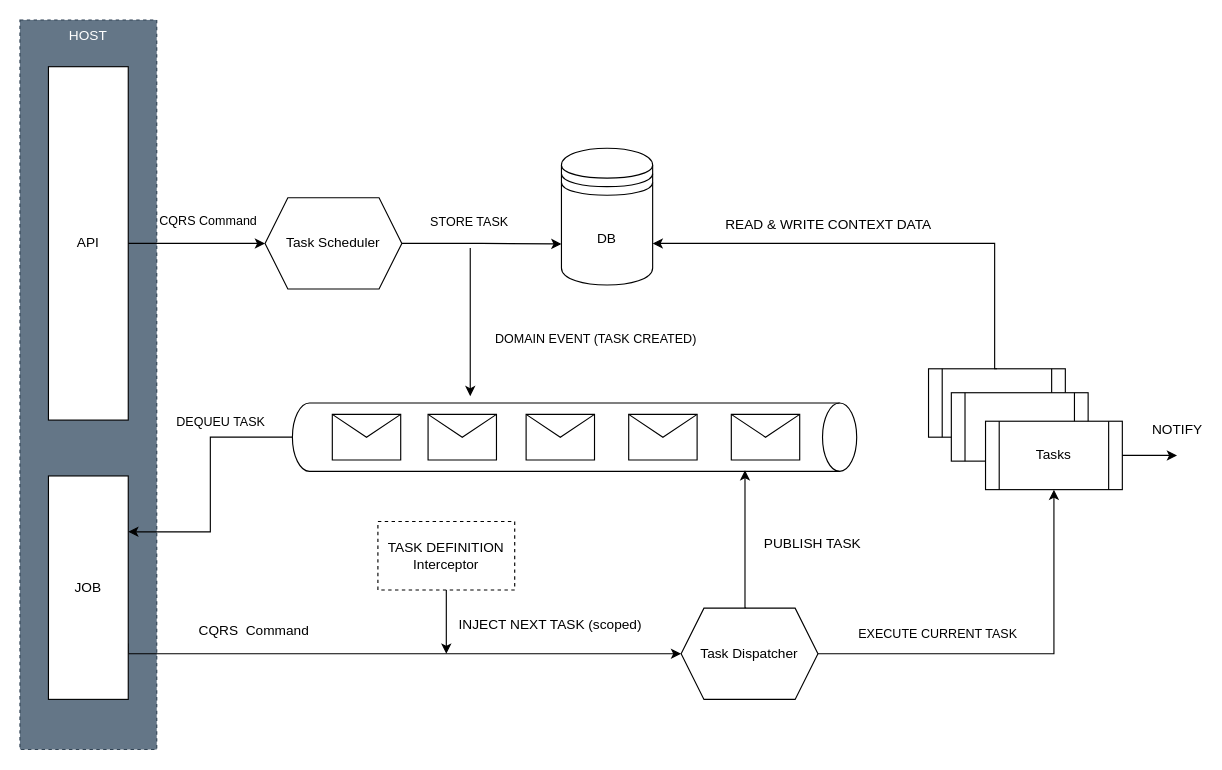
The draw.io diagram page "Arch overview" (1 of 2) of resources/TaskProcessor.drawio in Leitee/task-processor, before the edit. Source tidied: cells renumbered, new cells numbered last; positions are measured from the earlier drawing's top-left corner, leaving out a move shared by most shapes. Both pictures are drawn from the tidied source at 114%, with x=0, y=0 at pixel (19, 19).
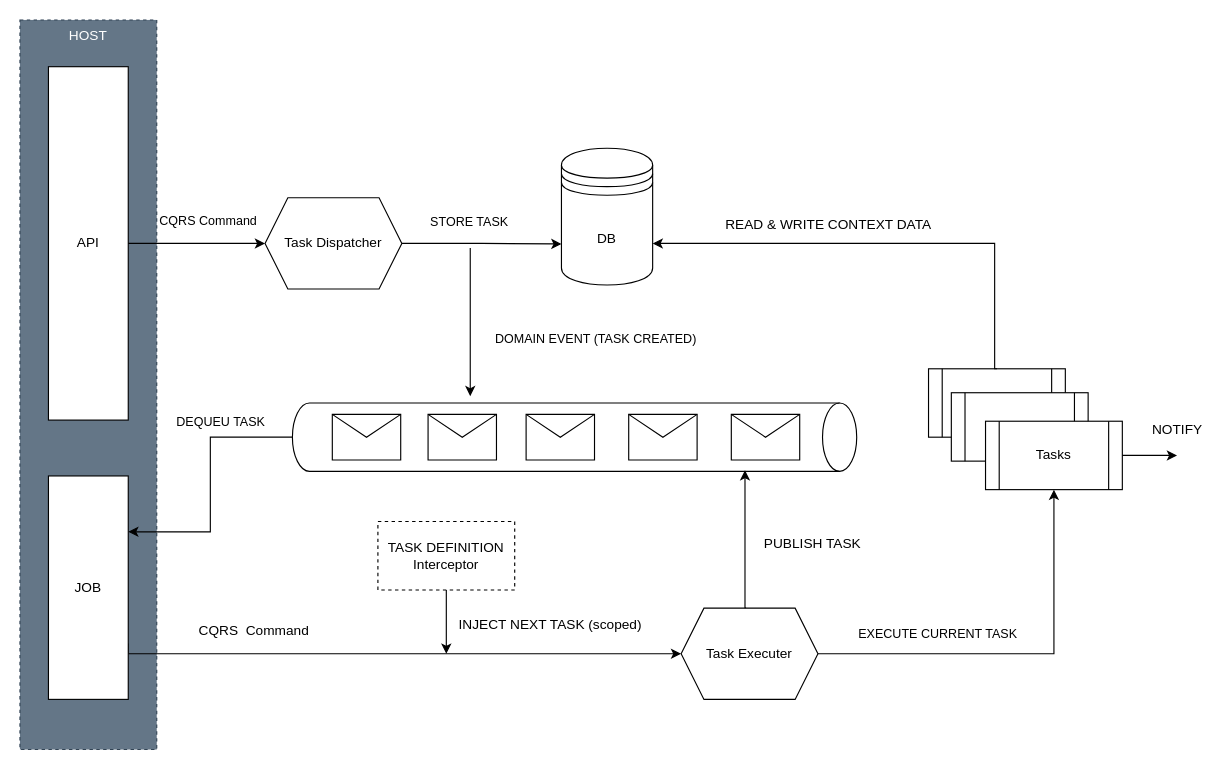
Above is the later version.

What changed in the source:
```diff
@@
-    <mxCell id="10" value="Task Scheduler" style="shape=hexagon;perimeter=hexagonPerimeter2;whiteSpace=wrap;html=1;fixedSize=1;" parent="1" vertex="1">
+    <mxCell id="10" value="Task Dispatcher" style="shape=hexagon;perimeter=hexagonPerimeter2;whiteSpace=wrap;html=1;fixedSize=1;" parent="1" vertex="1">
       <mxGeometry x="215" y="156" width="120" height="80" as="geometry" />
     </mxCell>
@@
-    <mxCell id="24" value="Task Dispatcher" style="shape=hexagon;perimeter=hexagonPerimeter2;whiteSpace=wrap;html=1;fixedSize=1;" parent="1" vertex="1">
+    <mxCell id="24" value="Task Executer" style="shape=hexagon;perimeter=hexagonPerimeter2;whiteSpace=wrap;html=1;fixedSize=1;" parent="1" vertex="1">
       <mxGeometry x="580" y="516" width="120" height="80" as="geometry" />
     </mxCell>
```
